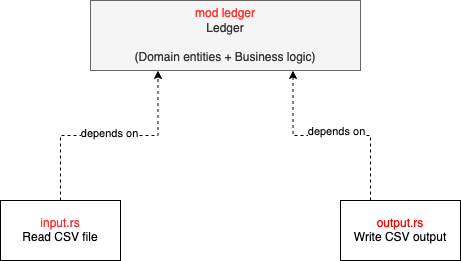
Earlier version of the draw.io export docs/ioc.png (tsauvajon/transaction_engine). Source tidied: cells renumbered, new cells last; positions are measured from the earlier drawing's top-left corner, leaving out a move shared by most shapes.
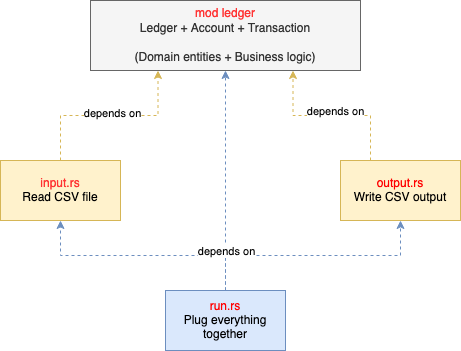
After the commit.

The edit, as a diff of the source:
```diff
@@ -2,10 +2,10 @@
   <root>
     <mxCell id="0" />
     <mxCell id="1" parent="0" />
-    <mxCell id="2" value="&lt;font color=&quot;#FF3333&quot;&gt;mod ledger&lt;/font&gt;&lt;br&gt;&lt;div&gt;Ledger&lt;/div&gt;&lt;div&gt;&lt;br&gt;&lt;/div&gt;&lt;div&gt;(Domain entities + Business logic)&lt;br&gt;&lt;/div&gt;" style="rounded=0;whiteSpace=wrap;html=1;fillColor=#f5f5f5;fontColor=#333333;strokeColor=#666666;" parent="1" vertex="1">
-      <mxGeometry x="90" width="270" height="70" as="geometry" />
+    <mxCell id="2" value="&lt;font color=&quot;#FF3333&quot;&gt;mod ledger&lt;/font&gt;&lt;br&gt;&lt;div&gt;Ledger + Account + Transaction&lt;br&gt;&lt;/div&gt;&lt;div&gt;&lt;br&gt;&lt;/div&gt;&lt;div&gt;(Domain entities + Business logic)&lt;br&gt;&lt;/div&gt;" style="rounded=0;whiteSpace=wrap;html=1;fillColor=#f5f5f5;fontColor=#333333;strokeColor=#666666;" parent="1" vertex="1">
+      <mxGeometry x="90" y="40" width="270" height="70" as="geometry" />
     </mxCell>
-    <mxCell id="3" style="edgeStyle=orthogonalEdgeStyle;rounded=0;jettySize=auto;html=1;exitX=0.5;exitY=0;exitDx=0;exitDy=0;entryX=0.25;entryY=1;entryDx=0;entryDy=0;fontColor=#FF0000;dashed=1;" parent="1" edge="1" source="5" target="2">
+    <mxCell id="3" style="edgeStyle=orthogonalEdgeStyle;rounded=0;jettySize=auto;html=1;exitX=0.5;exitY=0;exitDx=0;exitDy=0;entryX=0.25;entryY=1;entryDx=0;entryDy=0;fontColor=#FF0000;dashed=1;fillColor=#fff2cc;strokeColor=#d6b656;" parent="1" edge="1" source="5" target="2">
       <mxGeometry relative="1" as="geometry" />
     </mxCell>
     <mxCell id="4" value="depends on" style="edgeLabel;html=1;align=center;verticalAlign=middle;fontColor=#000000;" parent="3" vertex="1">
@@ -13,10 +13,10 @@
         <mxPoint x="20" as="offset" />
       </mxGeometry>
     </mxCell>
-    <mxCell id="5" value="&lt;font color=&quot;#FF3333&quot;&gt;input.rs&lt;/font&gt;&lt;br&gt;&lt;div&gt;Read CSV file&lt;/div&gt;" style="rounded=0;whiteSpace=wrap;html=1;" parent="1" vertex="1">
+    <mxCell id="5" value="&lt;font color=&quot;#FF3333&quot;&gt;input.rs&lt;/font&gt;&lt;br&gt;&lt;div&gt;Read CSV file&lt;/div&gt;" style="rounded=0;whiteSpace=wrap;html=1;fillColor=#fff2cc;strokeColor=#d6b656;" parent="1" vertex="1">
       <mxGeometry y="200" width="120" height="60" as="geometry" />
     </mxCell>
-    <mxCell id="6" style="edgeStyle=orthogonalEdgeStyle;rounded=0;jettySize=auto;html=1;exitX=0.25;exitY=0;exitDx=0;exitDy=0;entryX=0.75;entryY=1;entryDx=0;entryDy=0;dashed=1;fontColor=#000000;" parent="1" edge="1" source="8" target="2">
+    <mxCell id="6" style="edgeStyle=orthogonalEdgeStyle;rounded=0;jettySize=auto;html=1;exitX=0.25;exitY=0;exitDx=0;exitDy=0;entryX=0.75;entryY=1;entryDx=0;entryDy=0;dashed=1;fontColor=#000000;fillColor=#fff2cc;strokeColor=#d6b656;" parent="1" edge="1" source="8" target="2">
       <mxGeometry relative="1" as="geometry" />
     </mxCell>
     <mxCell id="7" value="depends on" style="edgeLabel;html=1;align=center;verticalAlign=middle;fontColor=#000000;" parent="6" vertex="1">
@@ -24,8 +24,23 @@
         <mxPoint y="-7" as="offset" />
       </mxGeometry>
     </mxCell>
-    <mxCell id="8" value="&lt;font color=&quot;#FF0000&quot;&gt;output.rs&lt;/font&gt;&lt;br&gt;&lt;div&gt;Write CSV output&lt;/div&gt;" style="rounded=0;whiteSpace=wrap;html=1;" parent="1" vertex="1">
+    <mxCell id="8" value="&lt;font color=&quot;#FF0000&quot;&gt;output.rs&lt;/font&gt;&lt;br&gt;&lt;div&gt;Write CSV output&lt;/div&gt;" style="rounded=0;whiteSpace=wrap;html=1;fillColor=#fff2cc;strokeColor=#d6b656;" parent="1" vertex="1">
       <mxGeometry x="340" y="200" width="120" height="60" as="geometry" />
     </mxCell>
+    <mxCell id="9" style="edgeStyle=orthogonalEdgeStyle;rounded=0;jettySize=auto;html=1;exitX=0.5;exitY=0;exitDx=0;exitDy=0;entryX=0.5;entryY=1;entryDx=0;entryDy=0;dashed=1;fillColor=#dae8fc;strokeColor=#6c8ebf;" parent="1" edge="1" source="12" target="8">
+      <mxGeometry relative="1" as="geometry" />
+    </mxCell>
+    <mxCell id="10" style="edgeStyle=orthogonalEdgeStyle;rounded=0;jettySize=auto;html=1;exitX=0.5;exitY=0;exitDx=0;exitDy=0;entryX=0.5;entryY=1;entryDx=0;entryDy=0;dashed=1;fillColor=#dae8fc;strokeColor=#6c8ebf;" parent="1" edge="1" source="12" target="2">
+      <mxGeometry relative="1" as="geometry" />
+    </mxCell>
+    <mxCell id="11" style="edgeStyle=orthogonalEdgeStyle;rounded=0;jettySize=auto;html=1;exitX=0.5;exitY=0;exitDx=0;exitDy=0;entryX=0.5;entryY=1;entryDx=0;entryDy=0;dashed=1;fillColor=#dae8fc;strokeColor=#6c8ebf;" parent="1" edge="1" source="12" target="5">
+      <mxGeometry relative="1" as="geometry" />
+    </mxCell>
+    <mxCell id="12" value="&lt;font color=&quot;#FF0000&quot;&gt;run.rs&lt;/font&gt;&lt;br&gt;&lt;div&gt;Plug everything together&lt;br&gt;&lt;/div&gt;" style="rounded=0;whiteSpace=wrap;html=1;fillColor=#dae8fc;strokeColor=#6c8ebf;" parent="1" vertex="1">
+      <mxGeometry x="165" y="330" width="120" height="60" as="geometry" />
+    </mxCell>
+    <mxCell id="13" value="depends on" style="edgeLabel;html=1;align=center;verticalAlign=middle;fontColor=#000000;" parent="1" vertex="1">
+      <mxGeometry x="225" y="290" as="geometry" />
+    </mxCell>
   </root>
 </mxGraphModel>
```
